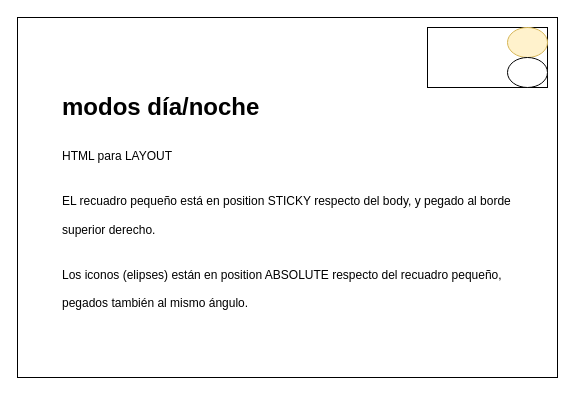
carlosboniniklison/t3dam keeps this draw.io diagram as modo/mododianoche.drawio. Above is the earlier version. Source tidied: cells renumbered, new cells numbered last; positions are measured from the earlier drawing's top-left corner, leaving out a move shared by most shapes. Both pictures are drawn from the tidied source at 100%, with x=0, y=0 at pixel (17, 17).
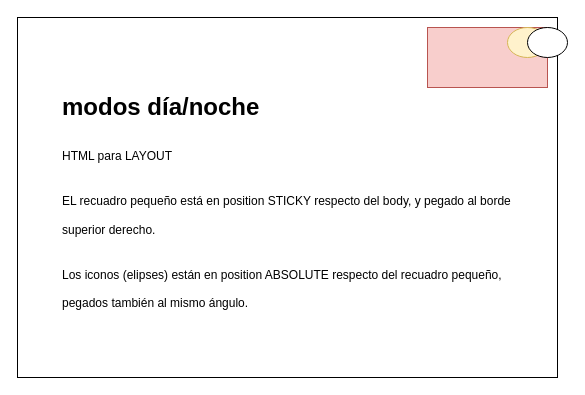
After the change.

Change to the diagram source:
```diff
@@
 <mxGraphModel>
   <root>
     <mxCell id="0" />
     <mxCell id="1" parent="0" />
     <mxCell id="2" style="rounded=0;whiteSpace=wrap;html=1;" parent="1" vertex="1">
       <mxGeometry width="540" height="360" as="geometry" />
     </mxCell>
-    <mxCell id="3" style="rounded=0;whiteSpace=wrap;html=1;" parent="1" vertex="1">
+    <mxCell id="3" style="rounded=0;whiteSpace=wrap;html=1;fillColor=#f8cecc;strokeColor=#b85450;" parent="1" vertex="1">
       <mxGeometry x="410" y="10" width="120" height="60" as="geometry" />
     </mxCell>
     <mxCell id="4" style="ellipse;whiteSpace=wrap;html=1;fillColor=#fff2cc;strokeColor=#d6b656;" parent="1" vertex="1">
       <mxGeometry x="490" y="10" width="40" height="30" as="geometry" />
     </mxCell>
     <mxCell id="5" style="ellipse;whiteSpace=wrap;html=1;" parent="1" vertex="1">
-      <mxGeometry x="490" y="40" width="40" height="30" as="geometry" />
+      <mxGeometry x="510" y="10" width="40" height="30" as="geometry" />
     </mxCell>
     <mxCell id="6" value="&lt;h1&gt;&lt;span style=&quot;background-color: initial;&quot;&gt;modos día/noche&lt;/span&gt;&lt;/h1&gt;&lt;h1&gt;&lt;span style=&quot;background-color: initial; font-size: 12px; font-weight: normal;&quot;&gt;HTML para LAYOUT&lt;/span&gt;&lt;/h1&gt;&lt;h1&gt;&lt;span style=&quot;background-color: initial; font-size: 12px; font-weight: normal;&quot;&gt;EL recuadro pequeño está en position STICKY respecto del body, y pegado al borde superior derecho.&lt;/span&gt;&lt;/h1&gt;&lt;h1&gt;&lt;span style=&quot;background-color: initial; font-size: 12px; font-weight: normal;&quot;&gt;Los iconos (elipses) están en position ABSOLUTE respecto del recuadro pequeño, pegados también al mismo ángulo.&lt;/span&gt;&lt;br&gt;&lt;/h1&gt;" style="text;html=1;strokeColor=none;fillColor=none;spacing=5;spacingTop=-20;whiteSpace=wrap;overflow=hidden;rounded=0;" parent="1" vertex="1">
       <mxGeometry x="40" y="70" width="470" height="250" as="geometry" />
     </mxCell>
   </root>
 </mxGraphModel>
```
